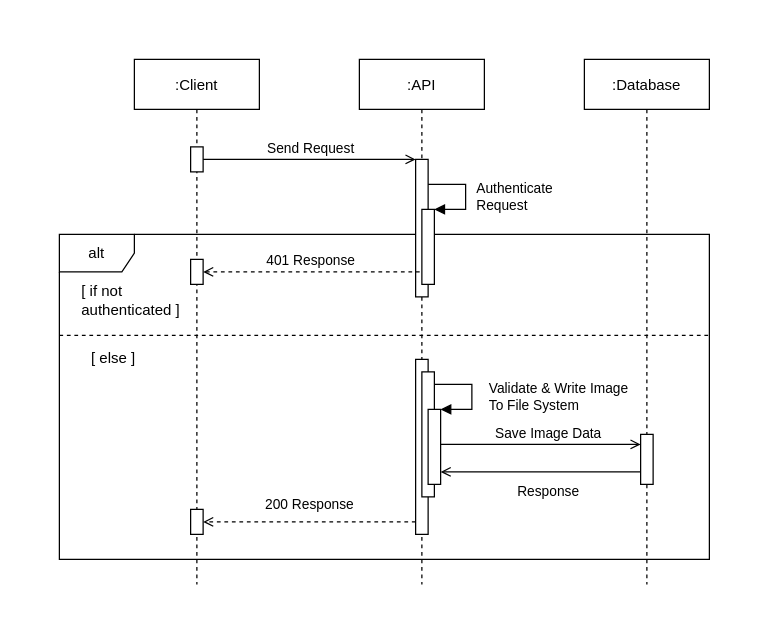
jgalminas/nma keeps this draw.io diagram as Project Docs/Diagrams/Save Image Sequence Diagrams/Server/Save Image Sequence Diagram (Server)(Source).drawio. Above is the earlier version. Source tidied: cells renumbered, new cells numbered last; positions are measured from the earlier drawing's top-left corner, leaving out a move shared by most shapes. Both pictures are drawn from the tidied source at 125%, with x=0, y=0 at pixel (59, 59).
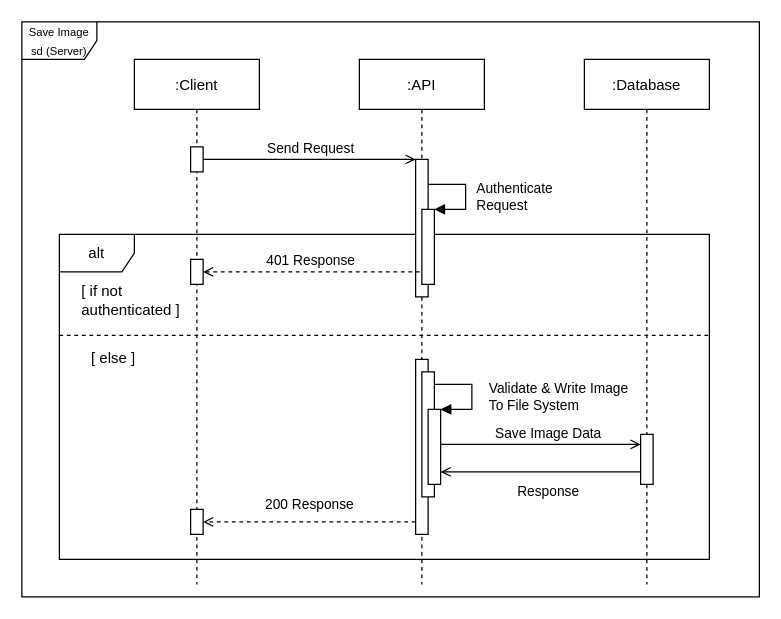
The same diagram, later.

Commit message (it also covers changes not shown here):
Updated Both Save Image Sequence Diagrams

Diff of the diagram source:
```diff
@@
+    <mxCell id="31" value="&lt;font style=&quot;font-size: 9px&quot;&gt;Save Image sd (Server)&lt;/font&gt;" style="shape=umlFrame;whiteSpace=wrap;html=1;" parent="1" vertex="1">
+      <mxGeometry x="-30" y="-30" width="590" height="460" as="geometry" />
+    </mxCell>
```
